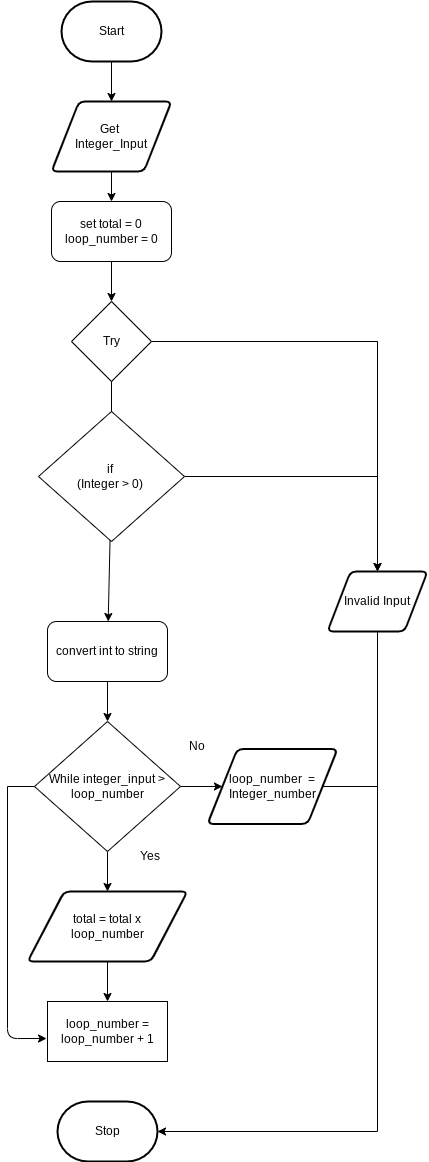
Above: Drawio/FlowChart.png in JacksonNaufal/ICS3U-Unit4-02-Python (draw.io), before the change. Source tidied: cells renumbered, new cells last; positions are measured from the earlier drawing's top-left corner, leaving out a move shared by most shapes.
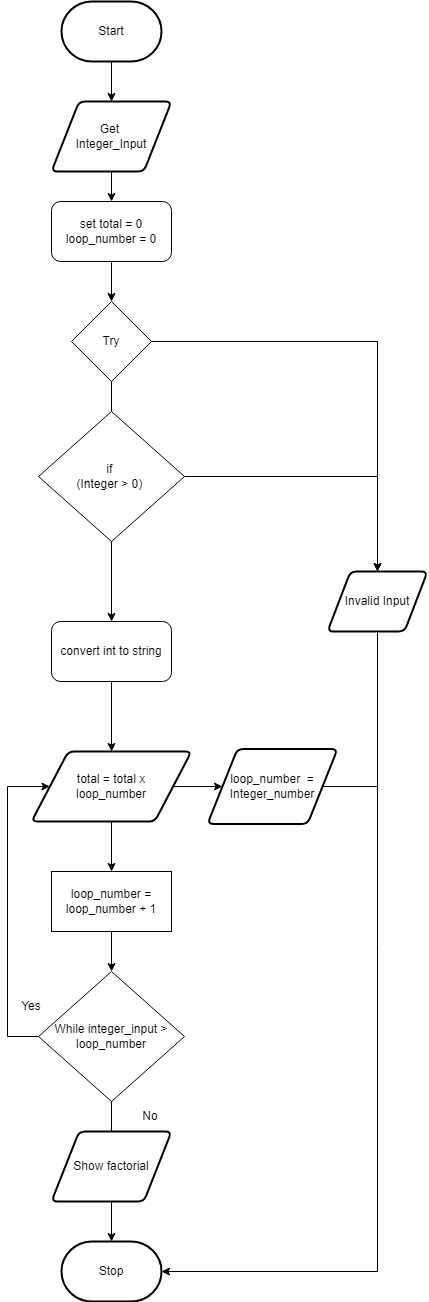
The same file after the commit.

Change to the diagram source:
```diff
@@ -9,7 +9,7 @@
       <mxGeometry x="54" width="100" height="60" as="geometry" />
     </mxCell>
     <mxCell id="4" value="Stop" style="strokeWidth=2;html=1;shape=mxgraph.flowchart.terminator;whiteSpace=wrap;rounded=1;" parent="1" vertex="1">
-      <mxGeometry x="50" y="1100" width="100" height="60" as="geometry" />
+      <mxGeometry x="54" y="1240" width="100" height="60" as="geometry" />
     </mxCell>
     <mxCell id="5" style="edgeStyle=none;html=1;startArrow=none;" parent="1" edge="1" source="29" target="11">
       <mxGeometry relative="1" as="geometry" />
@@ -28,18 +28,18 @@
     <mxCell id="8" style="edgeStyle=none;rounded=0;html=1;entryX=1;entryY=0.5;entryDx=0;entryDy=0;entryPerimeter=0;" parent="1" edge="1" source="9" target="4">
       <mxGeometry relative="1" as="geometry">
         <Array as="points">
-          <mxPoint x="370" y="1130" />
+          <mxPoint x="370" y="1270" />
         </Array>
       </mxGeometry>
     </mxCell>
     <mxCell id="9" value="Invalid Input" style="shape=parallelogram;html=1;strokeWidth=2;perimeter=parallelogramPerimeter;whiteSpace=wrap;rounded=1;arcSize=12;size=0.23;" parent="1" vertex="1">
       <mxGeometry x="320" y="570" width="100" height="60" as="geometry" />
     </mxCell>
-    <mxCell id="10" style="edgeStyle=none;rounded=0;html=1;" parent="1" edge="1" source="11" target="20">
-      <mxGeometry relative="1" as="geometry" />
-    </mxCell>
+    <mxCell id="31" style="edgeStyle=none;rounded=0;html=1;" parent="1" edge="1" source="11" target="22">
+      <mxGeometry relative="1" as="geometry" />
+    </mxCell>
     <mxCell id="11" value="convert int to string" style="rounded=1;whiteSpace=wrap;html=1;" parent="1" vertex="1">
-      <mxGeometry x="40" y="620" width="120" height="60" as="geometry" />
+      <mxGeometry x="44" y="620" width="120" height="60" as="geometry" />
     </mxCell>
     <mxCell id="12" style="edgeStyle=none;rounded=0;html=1;" parent="1" edge="1" source="13" target="15">
       <mxGeometry relative="1" as="geometry" />
@@ -53,42 +53,11 @@
     <mxCell id="15" value="set total = 0&lt;br&gt;loop_number = 0" style="rounded=1;whiteSpace=wrap;html=1;" parent="1" vertex="1">
       <mxGeometry x="44" y="200" width="120" height="60" as="geometry" />
     </mxCell>
-    <mxCell id="16" style="edgeStyle=none;rounded=0;html=1;" parent="1" edge="1" source="20" target="22">
-      <mxGeometry relative="1" as="geometry" />
-    </mxCell>
-    <mxCell id="17" style="edgeStyle=none;rounded=0;html=1;" parent="1" edge="1" source="20" target="27">
-      <mxGeometry relative="1" as="geometry" />
-    </mxCell>
-    <mxCell id="18" style="edgeStyle=none;html=1;entryX=-0.008;entryY=0.617;entryDx=0;entryDy=0;entryPerimeter=0;" parent="1" edge="1" target="23">
-      <mxGeometry relative="1" as="geometry">
-        <mxPoint y="785" as="sourcePoint" />
-        <Array as="points">
-          <mxPoint y="1037" />
-        </Array>
-      </mxGeometry>
-    </mxCell>
-    <mxCell id="19" style="edgeStyle=none;html=1;endArrow=none;endFill=0;" parent="1" edge="1" source="20">
-      <mxGeometry relative="1" as="geometry">
-        <mxPoint y="785" as="targetPoint" />
-      </mxGeometry>
-    </mxCell>
-    <mxCell id="20" value="While integer_input &amp;gt; loop_number" style="rhombus;whiteSpace=wrap;html=1;" parent="1" vertex="1">
-      <mxGeometry x="27" y="720" width="146" height="130" as="geometry" />
-    </mxCell>
-    <mxCell id="21" style="edgeStyle=none;rounded=0;html=1;" parent="1" edge="1" source="22" target="23">
-      <mxGeometry relative="1" as="geometry" />
-    </mxCell>
-    <mxCell id="22" value="total = total x&lt;br&gt;loop_number" style="shape=parallelogram;html=1;strokeWidth=2;perimeter=parallelogramPerimeter;whiteSpace=wrap;rounded=1;arcSize=12;size=0.23;" parent="1" vertex="1">
-      <mxGeometry x="20" y="890" width="160" height="70" as="geometry" />
-    </mxCell>
-    <mxCell id="23" value="loop_number = loop_number + 1" style="rounded=0;whiteSpace=wrap;html=1;" parent="1" vertex="1">
-      <mxGeometry x="40" y="1000" width="120" height="60" as="geometry" />
-    </mxCell>
     <mxCell id="24" value="Yes&lt;br&gt;" style="text;html=1;strokeColor=none;fillColor=none;align=center;verticalAlign=middle;whiteSpace=wrap;rounded=0;" parent="1" vertex="1">
-      <mxGeometry x="113" y="840" width="60" height="30" as="geometry" />
+      <mxGeometry x="-6" y="990" width="60" height="30" as="geometry" />
     </mxCell>
     <mxCell id="25" value="No" style="text;html=1;strokeColor=none;fillColor=none;align=center;verticalAlign=middle;whiteSpace=wrap;rounded=0;" parent="1" vertex="1">
-      <mxGeometry x="160" y="730" width="60" height="30" as="geometry" />
+      <mxGeometry x="113" y="1100" width="60" height="30" as="geometry" />
     </mxCell>
     <mxCell id="26" style="edgeStyle=none;rounded=0;html=1;endArrow=none;endFill=0;" parent="1" edge="1" source="27">
       <mxGeometry relative="1" as="geometry">
@@ -111,5 +80,40 @@
     <mxCell id="30" style="edgeStyle=none;html=1;endArrow=none;" parent="1" edge="1" source="7" target="29">
       <mxGeometry relative="1" as="geometry" />
     </mxCell>
+    <mxCell id="32" style="edgeStyle=none;html=1;startArrow=none;" parent="1" edge="1" source="35" target="4">
+      <mxGeometry relative="1" as="geometry" />
+    </mxCell>
+    <mxCell id="16" style="edgeStyle=none;rounded=0;html=1;entryX=0;entryY=0.5;entryDx=0;entryDy=0;exitX=0;exitY=0.5;exitDx=0;exitDy=0;" parent="1" edge="1" source="20" target="22">
+      <mxGeometry relative="1" as="geometry">
+        <Array as="points">
+          <mxPoint y="1035" />
+          <mxPoint y="785" />
+        </Array>
+      </mxGeometry>
+    </mxCell>
+    <mxCell id="20" value="While integer_input &amp;gt; loop_number" style="rhombus;whiteSpace=wrap;html=1;" parent="1" vertex="1">
+      <mxGeometry x="31" y="970" width="146" height="130" as="geometry" />
+    </mxCell>
+    <mxCell id="33" style="edgeStyle=none;rounded=0;html=1;" parent="1" edge="1" source="22" target="27">
+      <mxGeometry relative="1" as="geometry" />
+    </mxCell>
+    <mxCell id="21" style="edgeStyle=none;rounded=0;html=1;" parent="1" edge="1" source="22" target="23">
+      <mxGeometry relative="1" as="geometry" />
+    </mxCell>
+    <mxCell id="22" value="total = total x&lt;br&gt;loop_number" style="shape=parallelogram;html=1;strokeWidth=2;perimeter=parallelogramPerimeter;whiteSpace=wrap;rounded=1;arcSize=12;size=0.23;" parent="1" vertex="1">
+      <mxGeometry x="24" y="750" width="160" height="70" as="geometry" />
+    </mxCell>
+    <mxCell id="34" style="edgeStyle=none;rounded=0;html=1;" parent="1" edge="1" source="23" target="20">
+      <mxGeometry relative="1" as="geometry" />
+    </mxCell>
+    <mxCell id="23" value="loop_number = loop_number + 1" style="rounded=0;whiteSpace=wrap;html=1;" parent="1" vertex="1">
+      <mxGeometry x="44" y="870" width="120" height="60" as="geometry" />
+    </mxCell>
+    <mxCell id="35" value="Show factorial" style="shape=parallelogram;html=1;strokeWidth=2;perimeter=parallelogramPerimeter;whiteSpace=wrap;rounded=1;arcSize=12;size=0.23;" parent="1" vertex="1">
+      <mxGeometry x="44" y="1130" width="120" height="70" as="geometry" />
+    </mxCell>
+    <mxCell id="36" style="edgeStyle=none;html=1;endArrow=none;" parent="1" edge="1" source="20" target="35">
+      <mxGeometry relative="1" as="geometry" />
+    </mxCell>
   </root>
 </mxGraphModel>
```
